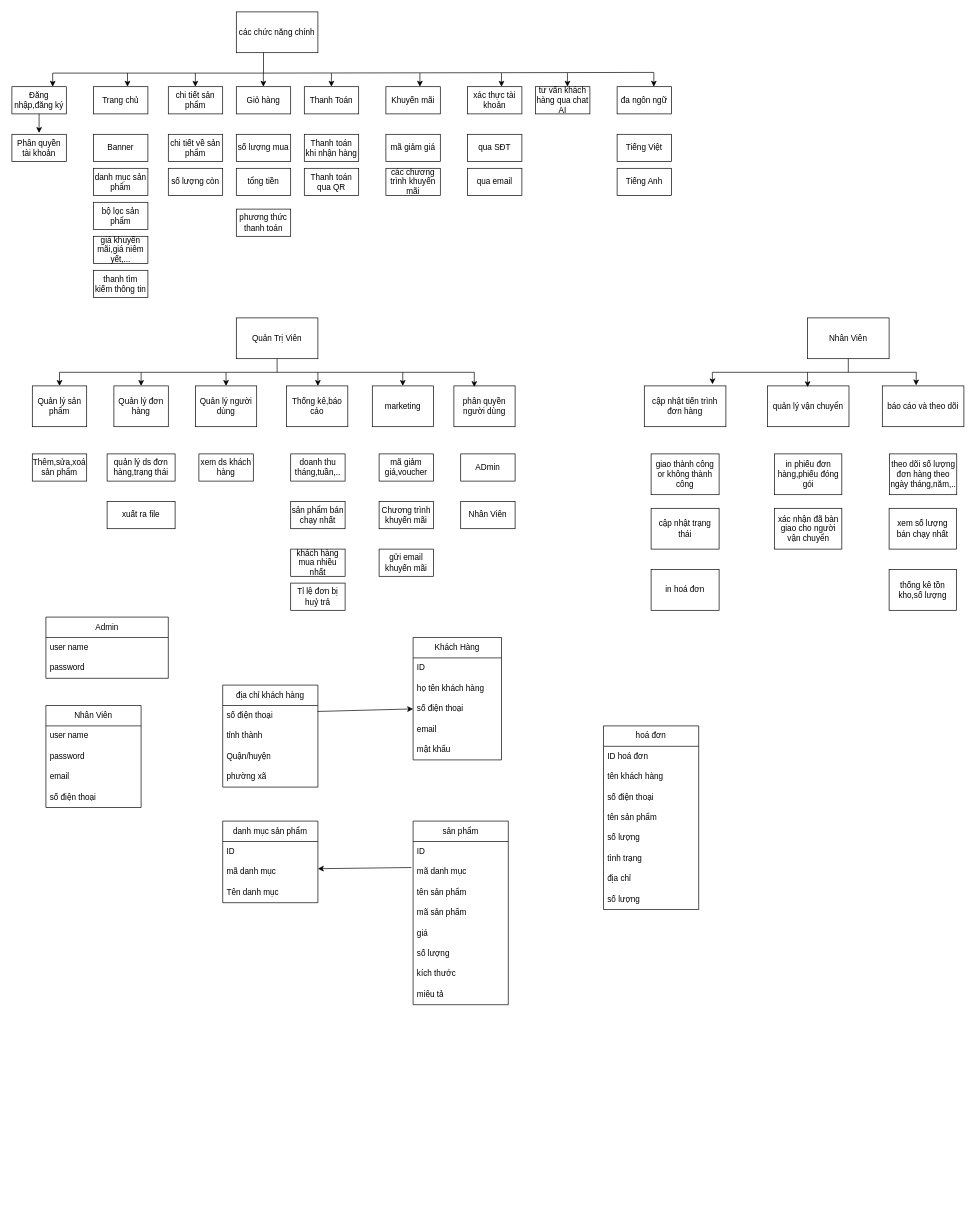
Earlier version of the draw.io diagram Biểu đồ không có tiêu đề.drawio (vuongnd03/black-had). Source tidied: cells renumbered, new cells numbered last; positions are measured from the earlier drawing's top-left corner, leaving out a move shared by most shapes. Both pictures are drawn from the tidied source at 68%, with x=0, y=0 at pixel (12, 12).
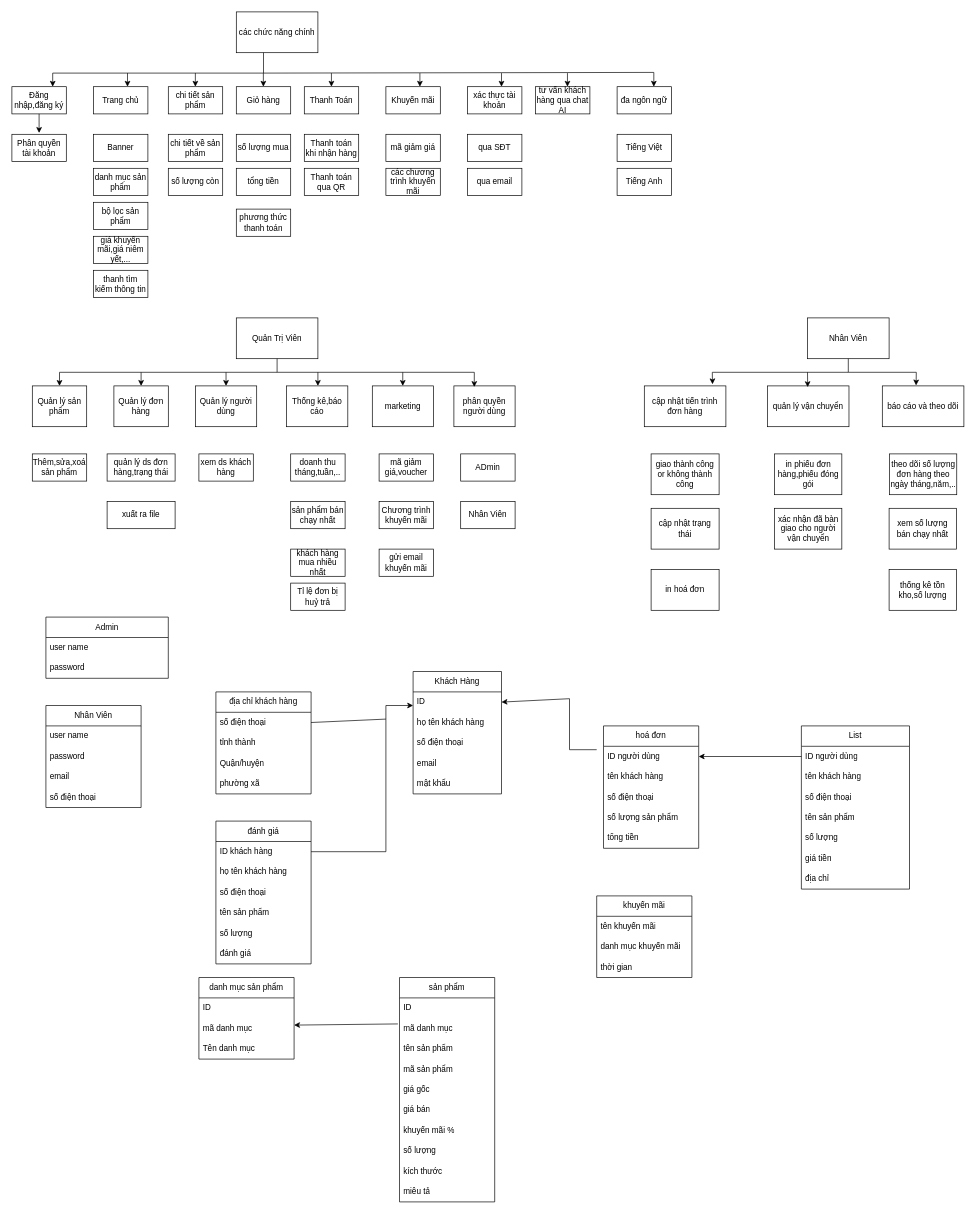
After the change.

Commit message:
biểu đồ cập nhật mới.drawio

The change refers to these unchanged cells:
```xml
<mxCell id="91" value="ID" style="text;strokeColor=none;fillColor=none;align=left;verticalAlign=middle;spacingLeft=4;spacingRight=4;overflow=hidden;points=[[0,0.5],[1,0.5]];portConstraint=eastwest;whiteSpace=wrap;html=1;" parent="90" vertex="1">
  <mxGeometry y="30" width="130" height="30" as="geometry" />
</mxCell>
<mxCell id="93" value="số điện thoại" style="text;strokeColor=none;fillColor=none;align=left;verticalAlign=middle;spacingLeft=4;spacingRight=4;overflow=hidden;points=[[0,0.5],[1,0.5]];portConstraint=eastwest;whiteSpace=wrap;html=1;" parent="90" vertex="1">
  <mxGeometry y="90" width="130" height="30" as="geometry" />
</mxCell>
<mxCell id="97" value="số điện thoại" style="text;strokeColor=none;fillColor=none;align=left;verticalAlign=middle;spacingLeft=4;spacingRight=4;overflow=hidden;points=[[0,0.5],[1,0.5]];portConstraint=eastwest;whiteSpace=wrap;html=1;" parent="96" vertex="1">
  <mxGeometry y="30" width="140" height="30" as="geometry" />
</mxCell>
```

Diff of the diagram source:
```diff
@@
     <mxCell id="90" value="Khách Hàng" style="swimlane;fontStyle=0;horizontal=1;startSize=30;whiteSpace=wrap;html=1;" parent="1" vertex="1">
-      <mxGeometry x="590" y="920" width="130" height="180" as="geometry" />
+      <mxGeometry x="590" y="970" width="130" height="180" as="geometry" />
     </mxCell>
@@
     <mxCell id="96" value="địa chỉ khách hàng" style="swimlane;fontStyle=0;horizontal=1;startSize=30;whiteSpace=wrap;html=1;" parent="1" vertex="1">
-      <mxGeometry x="310" y="990" width="140" height="150" as="geometry" />
+      <mxGeometry x="300" y="1000" width="140" height="150" as="geometry" />
     </mxCell>
@@
-    <mxCell id="101" style="endArrow=classic;html=1;rounded=0;exitX=0.997;exitY=0.292;exitDx=0;exitDy=0;exitPerimeter=0;entryX=0;entryY=0.5;entryDx=0;entryDy=0;" parent="1" edge="1" source="97" target="93">
-      <mxGeometry relative="1" as="geometry" />
+    <mxCell id="101" style="endArrow=classic;html=1;rounded=0;exitX=0;exitY=0.5;exitDx=0;exitDy=0;entryX=1;entryY=0.5;entryDx=0;entryDy=0;" parent="1" edge="1" target="91">
+      <mxGeometry relative="1" as="geometry">
+        <mxPoint x="860" y="1085" as="sourcePoint" />
+        <Array as="points">
+          <mxPoint x="820" y="1085" />
+          <mxPoint x="820" y="1010" />
+        </Array>
+      </mxGeometry>
     </mxCell>
     <mxCell id="102" value="danh mục sản phẩm" style="swimlane;fontStyle=0;horizontal=1;startSize=30;whiteSpace=wrap;html=1;" parent="1" vertex="1">
-      <mxGeometry x="310" y="1190" width="140" height="120" as="geometry" />
+      <mxGeometry x="275" y="1420" width="140" height="120" as="geometry" />
     </mxCell>
@@
     <mxCell id="107" value="sản phẩm" style="swimlane;fontStyle=0;horizontal=1;startSize=30;whiteSpace=wrap;html=1;" parent="1" vertex="1">
-      <mxGeometry x="590" y="1190" width="140" height="270" as="geometry" />
+      <mxGeometry x="570" y="1420" width="140" height="330" as="geometry" />
     </mxCell>
@@
-    <mxCell id="112" value="giá" style="text;strokeColor=none;fillColor=none;align=left;verticalAlign=middle;spacingLeft=4;spacingRight=4;overflow=hidden;whiteSpace=wrap;html=1;" parent="107" vertex="1">
+    <mxCell id="112" value="giá gốc" style="text;strokeColor=none;fillColor=none;align=left;verticalAlign=middle;spacingLeft=4;spacingRight=4;overflow=hidden;whiteSpace=wrap;html=1;" parent="107" vertex="1">
       <mxGeometry y="150" width="140" height="30" as="geometry" />
     </mxCell>
+    <mxCell id="125" value="giá bán" style="text;strokeColor=none;fillColor=none;align=left;verticalAlign=middle;spacingLeft=4;spacingRight=4;overflow=hidden;whiteSpace=wrap;html=1;" parent="107" vertex="1">
+      <mxGeometry y="180" width="140" height="30" as="geometry" />
+    </mxCell>
+    <mxCell id="126" value="khuyến mãi %" style="text;strokeColor=none;fillColor=none;align=left;verticalAlign=middle;spacingLeft=4;spacingRight=4;overflow=hidden;whiteSpace=wrap;html=1;" parent="107" vertex="1">
+      <mxGeometry y="210" width="140" height="30" as="geometry" />
+    </mxCell>
     <mxCell id="113" value="số lượng" style="text;strokeColor=none;fillColor=none;align=left;verticalAlign=middle;spacingLeft=4;spacingRight=4;overflow=hidden;whiteSpace=wrap;html=1;" parent="107" vertex="1">
-      <mxGeometry y="180" width="140" height="30" as="geometry" />
+      <mxGeometry y="240" width="140" height="30" as="geometry" />
     </mxCell>
     <mxCell id="114" value="kích thước" style="text;strokeColor=none;fillColor=none;align=left;verticalAlign=middle;spacingLeft=4;spacingRight=4;overflow=hidden;whiteSpace=wrap;html=1;" parent="107" vertex="1">
-      <mxGeometry y="210" width="140" height="30" as="geometry" />
+      <mxGeometry y="270" width="140" height="30" as="geometry" />
     </mxCell>
     <mxCell id="115" value="miêu tả" style="text;strokeColor=none;fillColor=none;align=left;verticalAlign=middle;spacingLeft=4;spacingRight=4;overflow=hidden;whiteSpace=wrap;html=1;" parent="107" vertex="1">
-      <mxGeometry y="240" width="140" height="30" as="geometry" />
+      <mxGeometry y="300" width="140" height="30" as="geometry" />
     </mxCell>
     <mxCell id="116" value="hoá đơn" style="swimlane;fontStyle=0;horizontal=1;startSize=30;whiteSpace=wrap;html=1;" parent="1" vertex="1">
-      <mxGeometry x="870" y="1050" width="140" height="270" as="geometry" />
+      <mxGeometry x="870" y="1050" width="140" height="180" as="geometry" />
     </mxCell>
-    <mxCell id="117" value="ID hoá đơn" style="text;strokeColor=none;fillColor=none;align=left;verticalAlign=middle;spacingLeft=4;spacingRight=4;overflow=hidden;points=[[0,0.5],[1,0.5]];portConstraint=eastwest;whiteSpace=wrap;html=1;" parent="116" vertex="1">
+    <mxCell id="117" value="ID người dùng" style="text;strokeColor=none;fillColor=none;align=left;verticalAlign=middle;spacingLeft=4;spacingRight=4;overflow=hidden;points=[[0,0.5],[1,0.5]];portConstraint=eastwest;whiteSpace=wrap;html=1;" parent="116" vertex="1">
       <mxGeometry y="30" width="140" height="30" as="geometry" />
     </mxCell>
@@
-    <mxCell id="120" value="tên sản phẩm" style="text;strokeColor=none;fillColor=none;align=left;verticalAlign=middle;spacingLeft=4;spacingRight=4;overflow=hidden;whiteSpace=wrap;html=1;" parent="116" vertex="1">
-      <mxGeometry y="120" width="140" height="30" as="geometry" />
-    </mxCell>
-    <mxCell id="121" value="số lượng" style="text;strokeColor=none;fillColor=none;align=left;verticalAlign=middle;spacingLeft=4;spacingRight=4;overflow=hidden;whiteSpace=wrap;html=1;" parent="116" vertex="1">
-      <mxGeometry y="150" width="140" height="30" as="geometry" />
+    <mxCell id="121" value="số lượng sản phẩm" style="text;strokeColor=none;fillColor=none;align=left;verticalAlign=middle;spacingLeft=4;spacingRight=4;overflow=hidden;whiteSpace=wrap;html=1;" parent="116" vertex="1">
+      <mxGeometry y="120" width="140" height="30" as="geometry" />
     </mxCell>
-    <mxCell id="122" value="tình trạng" style="text;strokeColor=none;fillColor=none;align=left;verticalAlign=middle;spacingLeft=4;spacingRight=4;overflow=hidden;whiteSpace=wrap;html=1;" parent="116" vertex="1">
-      <mxGeometry y="180" width="140" height="30" as="geometry" />
+    <mxCell id="122" value="tổng tiền" style="text;strokeColor=none;fillColor=none;align=left;verticalAlign=middle;spacingLeft=4;spacingRight=4;overflow=hidden;whiteSpace=wrap;html=1;" parent="116" vertex="1">
+      <mxGeometry y="150" width="140" height="30" as="geometry" />
     </mxCell>
+    <mxCell id="127" style="endArrow=classic;html=1;rounded=0;exitX=1;exitY=0.5;exitDx=0;exitDy=0;" parent="1" edge="1" source="97">
+      <mxGeometry relative="1" as="geometry">
+        <mxPoint x="590" y="1020" as="targetPoint" />
+        <Array as="points">
+          <mxPoint x="550" y="1040" />
+          <mxPoint x="550" y="1020" />
+        </Array>
+      </mxGeometry>
+    </mxCell>
+    <mxCell id="128" value="khuyến mãi" style="swimlane;fontStyle=0;horizontal=1;startSize=30;whiteSpace=wrap;html=1;" parent="1" vertex="1">
+      <mxGeometry x="860" y="1300" width="140" height="120" as="geometry" />
+    </mxCell>
+    <mxCell id="129" value="tên khuyến mãi" style="text;strokeColor=none;fillColor=none;align=left;verticalAlign=middle;spacingLeft=4;spacingRight=4;overflow=hidden;whiteSpace=wrap;html=1;" parent="128" vertex="1">
+      <mxGeometry y="30" width="140" height="30" as="geometry" />
+    </mxCell>
+    <mxCell id="130" value="danh mục khuyến mãi" style="text;strokeColor=none;fillColor=none;align=left;verticalAlign=middle;spacingLeft=4;spacingRight=4;overflow=hidden;whiteSpace=wrap;html=1;" parent="128" vertex="1">
+      <mxGeometry y="60" width="140" height="30" as="geometry" />
+    </mxCell>
+    <mxCell id="131" value="thời gian" style="text;strokeColor=none;fillColor=none;align=left;verticalAlign=middle;spacingLeft=4;spacingRight=4;overflow=hidden;whiteSpace=wrap;html=1;" parent="128" vertex="1">
+      <mxGeometry y="90" width="140" height="30" as="geometry" />
+    </mxCell>
+    <mxCell id="132" value="List" style="swimlane;fontStyle=0;horizontal=1;startSize=30;whiteSpace=wrap;html=1;" parent="1" vertex="1">
+      <mxGeometry x="1161" y="1050" width="159" height="240" as="geometry" />
+    </mxCell>
+    <mxCell id="133" value="ID người dùng" style="text;strokeColor=none;fillColor=none;align=left;verticalAlign=middle;spacingLeft=4;spacingRight=4;overflow=hidden;points=[[0,0.5],[1,0.5]];portConstraint=eastwest;whiteSpace=wrap;html=1;" parent="132" vertex="1">
+      <mxGeometry y="30" width="159" height="30" as="geometry" />
+    </mxCell>
+    <mxCell id="134" value="tên khách hàng" style="text;strokeColor=none;fillColor=none;align=left;verticalAlign=middle;spacingLeft=4;spacingRight=4;overflow=hidden;whiteSpace=wrap;html=1;" parent="132" vertex="1">
+      <mxGeometry y="60" width="159" height="30" as="geometry" />
+    </mxCell>
+    <mxCell id="135" value="số điện thoại" style="text;strokeColor=none;fillColor=none;align=left;verticalAlign=middle;spacingLeft=4;spacingRight=4;overflow=hidden;whiteSpace=wrap;html=1;" parent="132" vertex="1">
+      <mxGeometry y="90" width="159" height="30" as="geometry" />
+    </mxCell>
+    <mxCell id="136" value="tên sản phẩm" style="text;strokeColor=none;fillColor=none;align=left;verticalAlign=middle;spacingLeft=4;spacingRight=4;overflow=hidden;whiteSpace=wrap;html=1;" parent="132" vertex="1">
+      <mxGeometry y="120" width="159" height="30" as="geometry" />
+    </mxCell>
+    <mxCell id="137" value="số lượng" style="text;strokeColor=none;fillColor=none;align=left;verticalAlign=middle;spacingLeft=4;spacingRight=4;overflow=hidden;whiteSpace=wrap;html=1;" parent="132" vertex="1">
+      <mxGeometry y="150" width="159" height="30" as="geometry" />
+    </mxCell>
+    <mxCell id="138" value="giá tiền" style="text;strokeColor=none;fillColor=none;align=left;verticalAlign=middle;spacingLeft=4;spacingRight=4;overflow=hidden;whiteSpace=wrap;html=1;" parent="132" vertex="1">
+      <mxGeometry y="180" width="159" height="30" as="geometry" />
+    </mxCell>
-    <mxCell id="123" value="địa chỉ" style="text;strokeColor=none;fillColor=none;align=left;verticalAlign=middle;spacingLeft=4;spacingRight=4;overflow=hidden;whiteSpace=wrap;html=1;" parent="116" vertex="1">
-      <mxGeometry y="210" width="140" height="30" as="geometry" />
+    <mxCell id="123" value="địa chỉ" style="text;strokeColor=none;fillColor=none;align=left;verticalAlign=middle;spacingLeft=4;spacingRight=4;overflow=hidden;whiteSpace=wrap;html=1;" parent="132" vertex="1">
+      <mxGeometry y="210" width="159" height="30" as="geometry" />
     </mxCell>
-    <mxCell id="124" value="số lượng" style="text;strokeColor=none;fillColor=none;align=left;verticalAlign=middle;spacingLeft=4;spacingRight=4;overflow=hidden;whiteSpace=wrap;html=1;" parent="116" vertex="1">
-      <mxGeometry y="240" width="140" height="30" as="geometry" />
-    </mxCell>
+    <mxCell id="139" style="endArrow=classic;html=1;rounded=0;exitX=0;exitY=0.5;exitDx=0;exitDy=0;entryX=1;entryY=0.5;entryDx=0;entryDy=0;" parent="1" edge="1" source="133" target="117">
+      <mxGeometry relative="1" as="geometry" />
+    </mxCell>
+    <mxCell id="140" value="đánh giá" style="swimlane;fontStyle=0;horizontal=1;startSize=30;whiteSpace=wrap;html=1;" parent="1" vertex="1">
+      <mxGeometry x="300" y="1190" width="140" height="210" as="geometry" />
+    </mxCell>
+    <mxCell id="141" value="ID khách hàng" style="text;strokeColor=none;fillColor=none;align=left;verticalAlign=middle;spacingLeft=4;spacingRight=4;overflow=hidden;points=[[0,0.5],[1,0.5]];portConstraint=eastwest;whiteSpace=wrap;html=1;" parent="140" vertex="1">
+      <mxGeometry y="30" width="140" height="30" as="geometry" />
+    </mxCell>
+    <mxCell id="142" value="họ tên khách hàng" style="text;strokeColor=none;fillColor=none;align=left;verticalAlign=middle;spacingLeft=4;spacingRight=4;overflow=hidden;whiteSpace=wrap;html=1;" parent="140" vertex="1">
+      <mxGeometry y="60" width="140" height="30" as="geometry" />
+    </mxCell>
+    <mxCell id="143" value="số điện thoại&amp;nbsp;" style="text;strokeColor=none;fillColor=none;align=left;verticalAlign=middle;spacingLeft=4;spacingRight=4;overflow=hidden;whiteSpace=wrap;html=1;" parent="140" vertex="1">
+      <mxGeometry y="90" width="140" height="30" as="geometry" />
+    </mxCell>
+    <mxCell id="120" value="tên sản phẩm" style="text;strokeColor=none;fillColor=none;align=left;verticalAlign=middle;spacingLeft=4;spacingRight=4;overflow=hidden;whiteSpace=wrap;html=1;" parent="140" vertex="1">
+      <mxGeometry y="120" width="140" height="30" as="geometry" />
+    </mxCell>
+    <mxCell id="144" value="số lượng" style="text;strokeColor=none;fillColor=none;align=left;verticalAlign=middle;spacingLeft=4;spacingRight=4;overflow=hidden;whiteSpace=wrap;html=1;" parent="140" vertex="1">
+      <mxGeometry y="150" width="140" height="30" as="geometry" />
+    </mxCell>
+    <mxCell id="145" value="đánh giá" style="text;strokeColor=none;fillColor=none;align=left;verticalAlign=middle;spacingLeft=4;spacingRight=4;overflow=hidden;whiteSpace=wrap;html=1;" parent="140" vertex="1">
+      <mxGeometry y="180" width="140" height="30" as="geometry" />
+    </mxCell>
+    <mxCell id="146" style="endArrow=none;html=1;rounded=0;exitX=1;exitY=0.5;exitDx=0;exitDy=0;" parent="1" edge="1" source="141">
+      <mxGeometry relative="1" as="geometry">
+        <mxPoint x="550" y="1040" as="targetPoint" />
+        <Array as="points">
+          <mxPoint x="550" y="1235" />
+        </Array>
+      </mxGeometry>
+    </mxCell>
```
